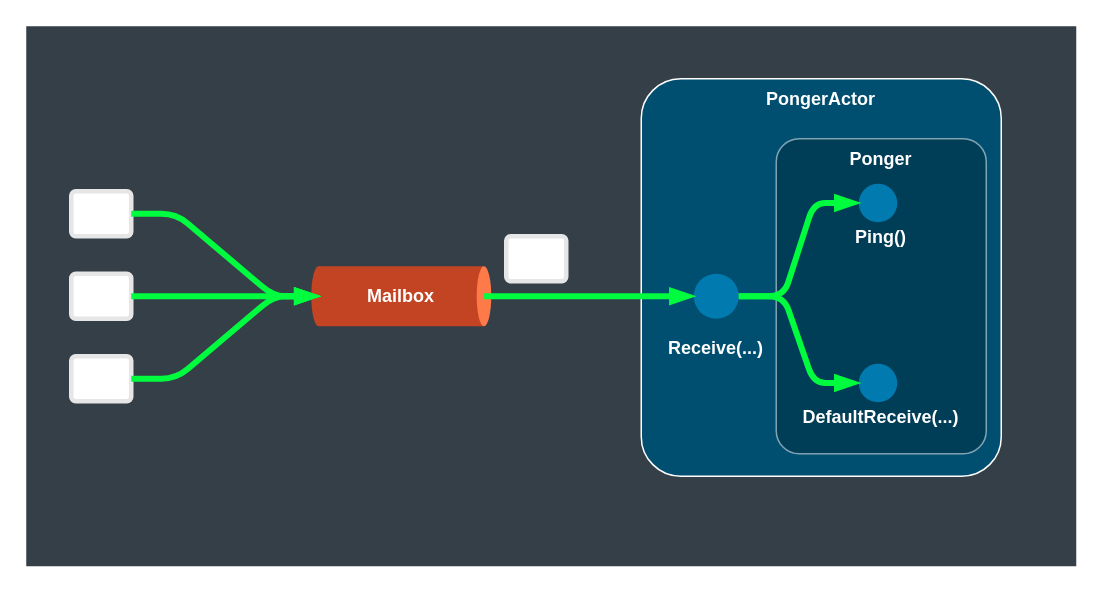
The draw.io diagram page "Ponger" (3 of 7) of hugo/content/docs/cluster/intro/clusterintro.drawio in asynkron/protoactor-website, before the edit. Source tidied: cells renumbered, new cells numbered last; positions are measured from the earlier drawing's top-left corner, leaving out a move shared by most shapes. Both pictures are drawn from the tidied source at 150%, with x=0, y=0 at pixel (26, 26).
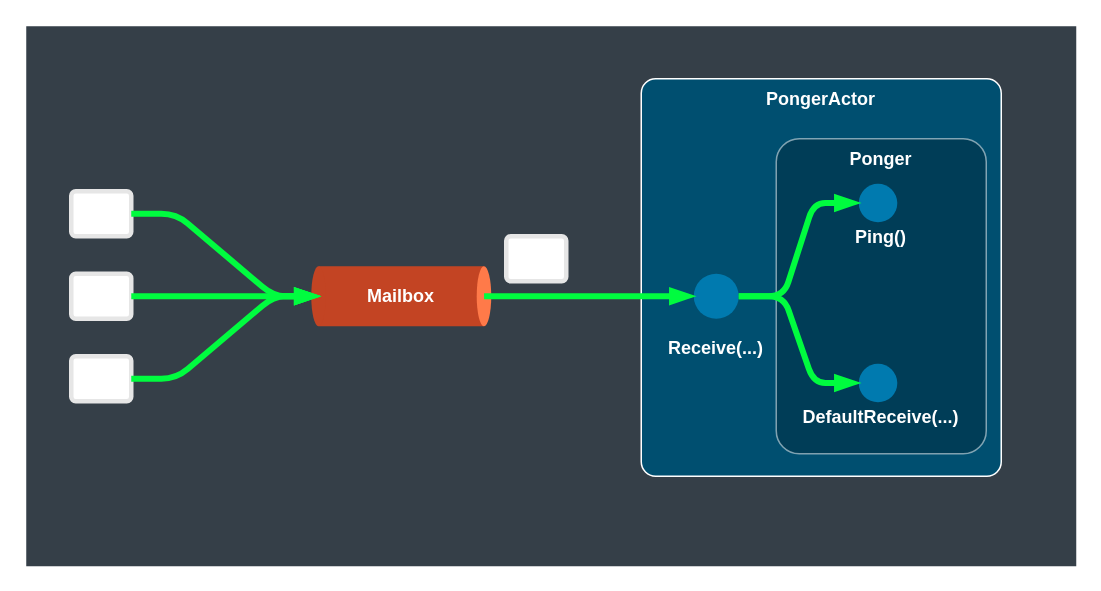
The same page after the edit.

What changed in the source:
```diff
@@
-    <mxCell id="3" value="PongerActor" style="rounded=1;whiteSpace=wrap;html=1;shadow=0;glass=0;strokeWidth=1;fontSize=12;arcSize=11;verticalAlign=top;fontColor=#FFFFFF;fontStyle=1;fillColor=#004F70;strokeColor=#FFFFFF;" parent="1" vertex="1">
+    <mxCell id="3" value="PongerActor" style="rounded=1;whiteSpace=wrap;html=1;shadow=0;glass=0;strokeWidth=1;fontSize=12;arcSize=4;verticalAlign=top;fontColor=#FFFFFF;fontStyle=1;fillColor=#004F70;strokeColor=#FFFFFF;" parent="1" vertex="1">
       <mxGeometry x="410" y="35" width="240" height="265" as="geometry" />
     </mxCell>
```
